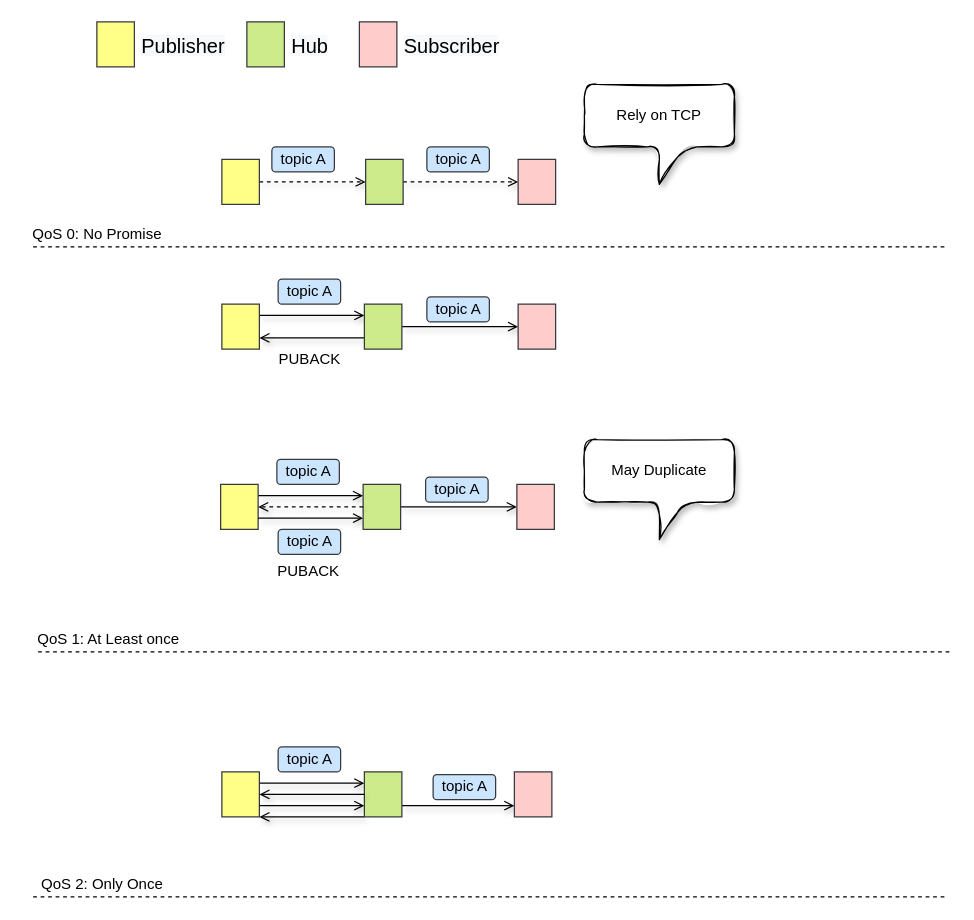
The draw.io diagram 2020/QoS.drawio in abserari/draw.io, before the edit. Source tidied: cells renumbered, new cells numbered last; positions are measured from the earlier drawing's top-left corner, leaving out a move shared by most shapes. Both pictures are drawn from the tidied source at 125%, with x=0, y=0 at pixel (21, 21).
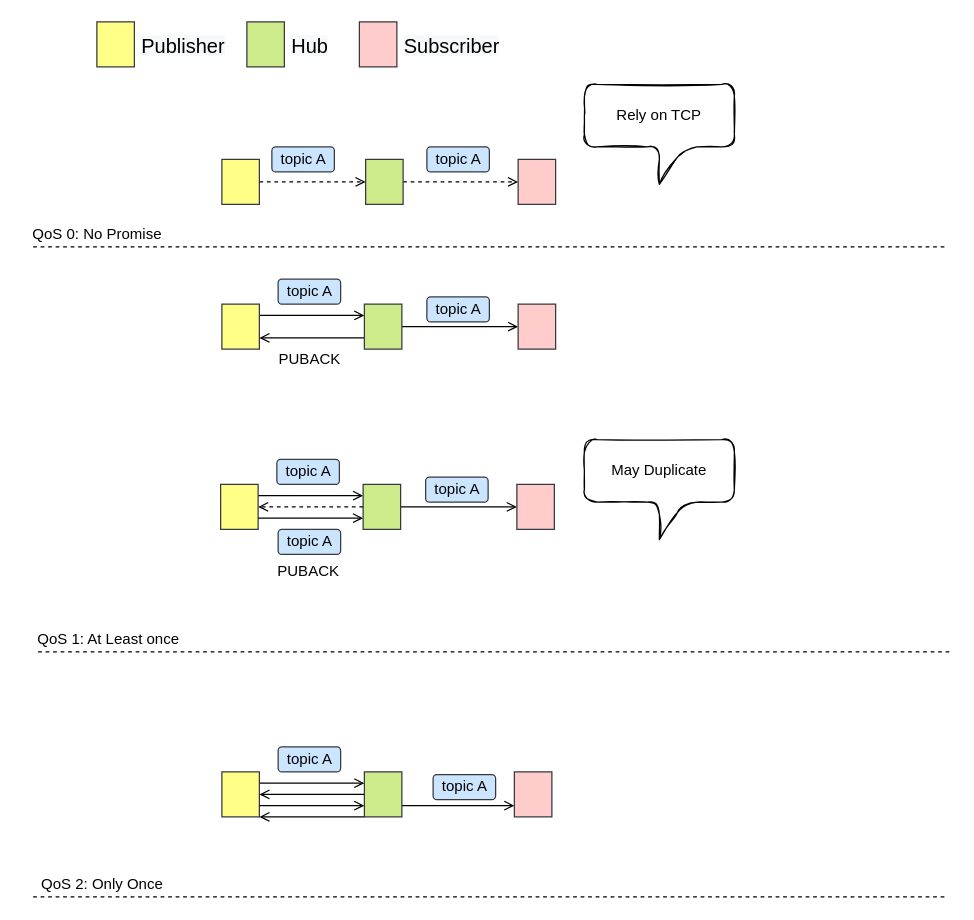
Above is the later version.

Unchanged cells that the change refers to:
```xml
<mxCell id="21" style="rounded=0;whiteSpace=wrap;html=1;sketch=0;fontSize=16;fillColor=#ffff88;strokeColor=#36393d;" parent="1" vertex="1">
  <mxGeometry x="160" y="110" width="30" height="36" as="geometry" />
</mxCell>
<mxCell id="23" style="rounded=0;whiteSpace=wrap;html=1;sketch=0;fontSize=16;fillColor=#cdeb8b;strokeColor=#36393d;" parent="1" vertex="1">
  <mxGeometry x="275" y="110" width="30" height="36" as="geometry" />
</mxCell>
<mxCell id="24" style="rounded=0;whiteSpace=wrap;html=1;sketch=0;fontSize=16;fillColor=#ffcccc;strokeColor=#36393d;" parent="1" vertex="1">
  <mxGeometry x="397" y="110" width="30" height="36" as="geometry" />
</mxCell>
<mxCell id="27" style="rounded=0;whiteSpace=wrap;html=1;sketch=0;fontSize=16;fillColor=#ffff88;strokeColor=#36393d;" parent="1" vertex="1">
  <mxGeometry x="160" y="225.8" width="30" height="36" as="geometry" />
</mxCell>
<mxCell id="30" style="rounded=0;whiteSpace=wrap;html=1;sketch=0;fontSize=16;fillColor=#cdeb8b;strokeColor=#36393d;" parent="1" vertex="1">
  <mxGeometry x="274" y="225.8" width="30" height="36" as="geometry" />
</mxCell>
<mxCell id="31" style="rounded=0;whiteSpace=wrap;html=1;sketch=0;fontSize=16;fillColor=#ffcccc;strokeColor=#36393d;" parent="1" vertex="1">
  <mxGeometry x="397" y="225.8" width="30" height="36" as="geometry" />
</mxCell>
<mxCell id="36" style="rounded=0;whiteSpace=wrap;html=1;sketch=0;fontSize=16;fillColor=#ffff88;strokeColor=#36393d;" parent="1" vertex="1">
  <mxGeometry x="159" y="370" width="30" height="36" as="geometry" />
</mxCell>
<mxCell id="39" style="rounded=0;whiteSpace=wrap;html=1;sketch=0;fontSize=16;fillColor=#cdeb8b;strokeColor=#36393d;" parent="1" vertex="1">
  <mxGeometry x="273" y="370" width="30" height="36" as="geometry" />
</mxCell>
<mxCell id="40" style="rounded=0;whiteSpace=wrap;html=1;sketch=0;fontSize=16;fillColor=#ffcccc;strokeColor=#36393d;" parent="1" vertex="1">
  <mxGeometry x="396" y="370" width="30" height="36" as="geometry" />
</mxCell>
<mxCell id="46" style="rounded=0;whiteSpace=wrap;html=1;sketch=0;fontSize=16;fillColor=#ffff88;strokeColor=#36393d;" parent="1" vertex="1">
  <mxGeometry x="160" y="600" width="30" height="36" as="geometry" />
</mxCell>
<mxCell id="50" style="rounded=0;whiteSpace=wrap;html=1;sketch=0;fontSize=16;fillColor=#cdeb8b;strokeColor=#36393d;" parent="1" vertex="1">
  <mxGeometry x="274" y="600" width="30" height="36" as="geometry" />
</mxCell>
<mxCell id="51" style="rounded=0;whiteSpace=wrap;html=1;sketch=0;fontSize=16;fillColor=#ffcccc;strokeColor=#36393d;" parent="1" vertex="1">
  <mxGeometry x="394" y="600" width="30" height="36" as="geometry" />
</mxCell>
```

The edit, as a diff of the source:
```diff
@@
-    <mxCell id="13" value="Rely on TCP" style="shape=callout;whiteSpace=wrap;html=1;perimeter=calloutPerimeter;rounded=1;shadow=1;sketch=1;" parent="1" vertex="1">
+    <mxCell id="13" value="Rely on TCP" style="shape=callout;whiteSpace=wrap;html=1;perimeter=calloutPerimeter;rounded=1;shadow=0;sketch=1;" parent="1" vertex="1">
       <mxGeometry x="450" y="50" width="120" height="80" as="geometry" />
     </mxCell>
@@
-    <mxCell id="20" style="edgeStyle=orthogonalEdgeStyle;rounded=0;jettySize=auto;html=1;exitX=1;exitY=0.5;exitDx=0;exitDy=0;entryX=0;entryY=0.5;entryDx=0;entryDy=0;shadow=1;gradientColor=none;endArrow=open;endFill=0;dashed=1;" parent="1" edge="1" source="21" target="23">
+    <mxCell id="20" style="edgeStyle=orthogonalEdgeStyle;rounded=0;jettySize=auto;html=1;exitX=1;exitY=0.5;exitDx=0;exitDy=0;entryX=0;entryY=0.5;entryDx=0;entryDy=0;shadow=0;gradientColor=none;endArrow=open;endFill=0;dashed=1;" parent="1" edge="1" source="21" target="23">
       <mxGeometry relative="1" as="geometry" />
     </mxCell>
@@
-    <mxCell id="22" style="edgeStyle=orthogonalEdgeStyle;rounded=0;jettySize=auto;html=1;exitX=1;exitY=0.5;exitDx=0;exitDy=0;entryX=0;entryY=0.5;entryDx=0;entryDy=0;shadow=1;dashed=1;endArrow=open;endFill=0;gradientColor=none;" parent="1" edge="1" source="23" target="24">
+    <mxCell id="22" style="edgeStyle=orthogonalEdgeStyle;rounded=0;jettySize=auto;html=1;exitX=1;exitY=0.5;exitDx=0;exitDy=0;entryX=0;entryY=0.5;entryDx=0;entryDy=0;shadow=0;dashed=1;endArrow=open;endFill=0;gradientColor=none;" parent="1" edge="1" source="23" target="24">
       <mxGeometry relative="1" as="geometry" />
     </mxCell>
@@
-    <mxCell id="25" value="May Duplicate" style="shape=callout;whiteSpace=wrap;html=1;perimeter=calloutPerimeter;rounded=1;shadow=1;sketch=1;" parent="1" vertex="1">
+    <mxCell id="25" value="May Duplicate" style="shape=callout;whiteSpace=wrap;html=1;perimeter=calloutPerimeter;rounded=1;shadow=0;sketch=1;" parent="1" vertex="1">
       <mxGeometry x="450" y="334.2" width="120" height="80" as="geometry" />
     </mxCell>
-    <mxCell id="26" style="edgeStyle=orthogonalEdgeStyle;rounded=0;jettySize=auto;html=1;exitX=1;exitY=0.25;exitDx=0;exitDy=0;entryX=0;entryY=0.25;entryDx=0;entryDy=0;shadow=1;endArrow=open;endFill=0;gradientColor=none;" parent="1" edge="1" source="27" target="30">
+    <mxCell id="26" style="edgeStyle=orthogonalEdgeStyle;rounded=0;jettySize=auto;html=1;exitX=1;exitY=0.25;exitDx=0;exitDy=0;entryX=0;entryY=0.25;entryDx=0;entryDy=0;shadow=0;endArrow=open;endFill=0;gradientColor=none;" parent="1" edge="1" source="27" target="30">
       <mxGeometry relative="1" as="geometry" />
     </mxCell>
@@
-    <mxCell id="28" style="edgeStyle=orthogonalEdgeStyle;rounded=0;jettySize=auto;html=1;exitX=0;exitY=0.75;exitDx=0;exitDy=0;entryX=1;entryY=0.75;entryDx=0;entryDy=0;shadow=1;endArrow=open;endFill=0;gradientColor=none;" parent="1" edge="1" source="30" target="27">
+    <mxCell id="28" style="edgeStyle=orthogonalEdgeStyle;rounded=0;jettySize=auto;html=1;exitX=0;exitY=0.75;exitDx=0;exitDy=0;entryX=1;entryY=0.75;entryDx=0;entryDy=0;shadow=0;endArrow=open;endFill=0;gradientColor=none;" parent="1" edge="1" source="30" target="27">
       <mxGeometry relative="1" as="geometry" />
     </mxCell>
-    <mxCell id="29" style="edgeStyle=orthogonalEdgeStyle;rounded=0;jettySize=auto;html=1;exitX=1;exitY=0.5;exitDx=0;exitDy=0;shadow=1;endArrow=open;endFill=0;gradientColor=none;" parent="1" edge="1" source="30" target="31">
+    <mxCell id="29" style="edgeStyle=orthogonalEdgeStyle;rounded=0;jettySize=auto;html=1;exitX=1;exitY=0.5;exitDx=0;exitDy=0;shadow=0;endArrow=open;endFill=0;gradientColor=none;" parent="1" edge="1" source="30" target="31">
       <mxGeometry relative="1" as="geometry" />
     </mxCell>
@@
-    <mxCell id="35" style="edgeStyle=orthogonalEdgeStyle;rounded=0;jettySize=auto;html=1;exitX=1;exitY=0.25;exitDx=0;exitDy=0;entryX=0;entryY=0.25;entryDx=0;entryDy=0;shadow=1;endArrow=open;endFill=0;gradientColor=none;" parent="1" edge="1" source="36" target="39">
+    <mxCell id="35" style="edgeStyle=orthogonalEdgeStyle;rounded=0;jettySize=auto;html=1;exitX=1;exitY=0.25;exitDx=0;exitDy=0;entryX=0;entryY=0.25;entryDx=0;entryDy=0;shadow=0;endArrow=open;endFill=0;gradientColor=none;" parent="1" edge="1" source="36" target="39">
       <mxGeometry relative="1" as="geometry" />
     </mxCell>
@@
-    <mxCell id="37" style="edgeStyle=orthogonalEdgeStyle;rounded=0;jettySize=auto;html=1;exitX=1;exitY=0.75;exitDx=0;exitDy=0;shadow=1;endArrow=open;endFill=0;gradientColor=none;entryX=0;entryY=0.75;entryDx=0;entryDy=0;" parent="1" edge="1" source="36" target="39">
+    <mxCell id="37" style="edgeStyle=orthogonalEdgeStyle;rounded=0;jettySize=auto;html=1;exitX=1;exitY=0.75;exitDx=0;exitDy=0;shadow=0;endArrow=open;endFill=0;gradientColor=none;entryX=0;entryY=0.75;entryDx=0;entryDy=0;" parent="1" edge="1" source="36" target="39">
       <mxGeometry relative="1" as="geometry" />
     </mxCell>
-    <mxCell id="38" style="edgeStyle=orthogonalEdgeStyle;rounded=0;jettySize=auto;html=1;exitX=1;exitY=0.5;exitDx=0;exitDy=0;shadow=1;endArrow=open;endFill=0;gradientColor=none;" parent="1" edge="1" source="39" target="40">
+    <mxCell id="38" style="edgeStyle=orthogonalEdgeStyle;rounded=0;jettySize=auto;html=1;exitX=1;exitY=0.5;exitDx=0;exitDy=0;shadow=0;endArrow=open;endFill=0;gradientColor=none;" parent="1" edge="1" source="39" target="40">
       <mxGeometry relative="1" as="geometry" />
     </mxCell>
@@
-    <mxCell id="41" style="edgeStyle=orthogonalEdgeStyle;rounded=0;jettySize=auto;html=1;exitX=0;exitY=0.5;exitDx=0;exitDy=0;entryX=1;entryY=0.5;entryDx=0;entryDy=0;shadow=1;gradientColor=none;endArrow=open;endFill=0;dashed=1;" parent="1" edge="1" source="39" target="36">
+    <mxCell id="41" style="edgeStyle=orthogonalEdgeStyle;rounded=0;jettySize=auto;html=1;exitX=0;exitY=0.5;exitDx=0;exitDy=0;entryX=1;entryY=0.5;entryDx=0;entryDy=0;shadow=0;gradientColor=none;endArrow=open;endFill=0;dashed=1;" parent="1" edge="1" source="39" target="36">
       <mxGeometry relative="1" as="geometry" />
     </mxCell>
@@
-    <mxCell id="45" style="edgeStyle=orthogonalEdgeStyle;rounded=0;jettySize=auto;html=1;exitX=1;exitY=0.25;exitDx=0;exitDy=0;entryX=0;entryY=0.25;entryDx=0;entryDy=0;shadow=1;endArrow=open;endFill=0;gradientColor=none;" parent="1" edge="1" source="46" target="50">
+    <mxCell id="45" style="edgeStyle=orthogonalEdgeStyle;rounded=0;jettySize=auto;html=1;exitX=1;exitY=0.25;exitDx=0;exitDy=0;entryX=0;entryY=0.25;entryDx=0;entryDy=0;shadow=0;endArrow=open;endFill=0;gradientColor=none;" parent="1" edge="1" source="46" target="50">
       <mxGeometry relative="1" as="geometry" />
     </mxCell>
@@
-    <mxCell id="47" style="edgeStyle=orthogonalEdgeStyle;rounded=0;jettySize=auto;html=1;exitX=1;exitY=0.75;exitDx=0;exitDy=0;shadow=1;endArrow=open;endFill=0;gradientColor=none;entryX=0;entryY=0.75;entryDx=0;entryDy=0;" parent="1" edge="1" source="46" target="50">
+    <mxCell id="47" style="edgeStyle=orthogonalEdgeStyle;rounded=0;jettySize=auto;html=1;exitX=1;exitY=0.75;exitDx=0;exitDy=0;shadow=0;endArrow=open;endFill=0;gradientColor=none;entryX=0;entryY=0.75;entryDx=0;entryDy=0;" parent="1" edge="1" source="46" target="50">
       <mxGeometry relative="1" as="geometry" />
     </mxCell>
-    <mxCell id="48" style="edgeStyle=orthogonalEdgeStyle;rounded=0;jettySize=auto;html=1;exitX=0;exitY=1;exitDx=0;exitDy=0;entryX=1;entryY=1;entryDx=0;entryDy=0;shadow=1;endArrow=open;endFill=0;gradientColor=none;" parent="1" edge="1" source="50" target="46">
+    <mxCell id="48" style="edgeStyle=orthogonalEdgeStyle;rounded=0;jettySize=auto;html=1;exitX=0;exitY=1;exitDx=0;exitDy=0;entryX=1;entryY=1;entryDx=0;entryDy=0;shadow=0;endArrow=open;endFill=0;gradientColor=none;" parent="1" edge="1" source="50" target="46">
       <mxGeometry relative="1" as="geometry">
         <Array as="points">
           <mxPoint x="230" y="636" />
           <mxPoint x="230" y="636" />
         </Array>
       </mxGeometry>
     </mxCell>
-    <mxCell id="49" style="edgeStyle=orthogonalEdgeStyle;rounded=0;jettySize=auto;html=1;exitX=1;exitY=0.75;exitDx=0;exitDy=0;entryX=0;entryY=0.75;entryDx=0;entryDy=0;shadow=1;endArrow=open;endFill=0;gradientColor=none;" parent="1" edge="1" source="50" target="51">
+    <mxCell id="49" style="edgeStyle=orthogonalEdgeStyle;rounded=0;jettySize=auto;html=1;exitX=1;exitY=0.75;exitDx=0;exitDy=0;entryX=0;entryY=0.75;entryDx=0;entryDy=0;shadow=0;endArrow=open;endFill=0;gradientColor=none;" parent="1" edge="1" source="50" target="51">
       <mxGeometry relative="1" as="geometry" />
     </mxCell>
@@
-    <mxCell id="52" style="edgeStyle=orthogonalEdgeStyle;rounded=0;jettySize=auto;html=1;exitX=0;exitY=0.5;exitDx=0;exitDy=0;entryX=1;entryY=0.5;entryDx=0;entryDy=0;shadow=1;gradientColor=none;endArrow=open;endFill=0;" parent="1" edge="1" source="50" target="46">
+    <mxCell id="52" style="edgeStyle=orthogonalEdgeStyle;rounded=0;jettySize=auto;html=1;exitX=0;exitY=0.5;exitDx=0;exitDy=0;entryX=1;entryY=0.5;entryDx=0;entryDy=0;shadow=0;gradientColor=none;endArrow=open;endFill=0;" parent="1" edge="1" source="50" target="46">
       <mxGeometry relative="1" as="geometry" />
     </mxCell>
```
